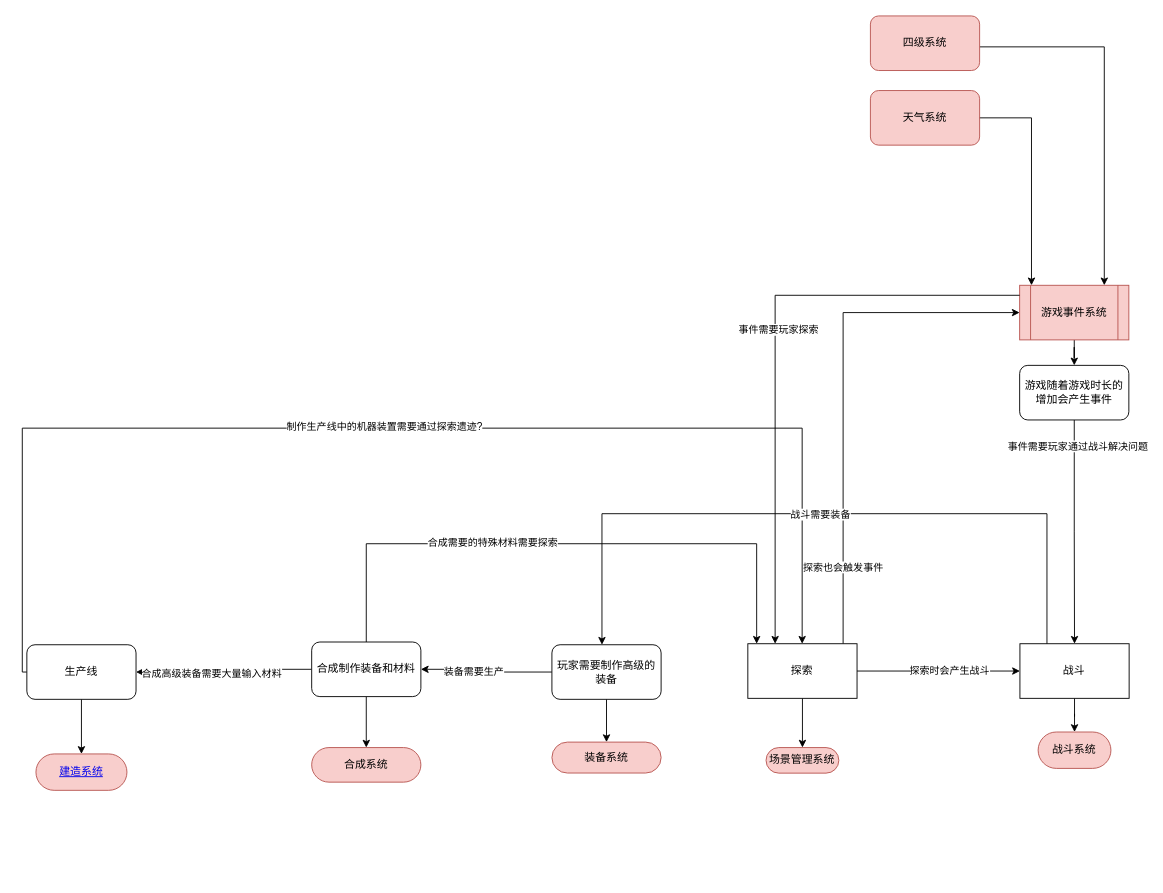
This is page "系统循环架构总览" (1 of 7) of 开发文档文件夹/游戏系统总览.drawio from XDIOEZ/TerraFlat, a draw.io file, before an edit. Source tidied: cells renumbered, new cells numbered last; positions are measured from the earlier drawing's top-left corner, leaving out a move shared by most shapes. Both pictures are drawn from the tidied source at 91%, with x=0, y=0 at pixel (22, 15).
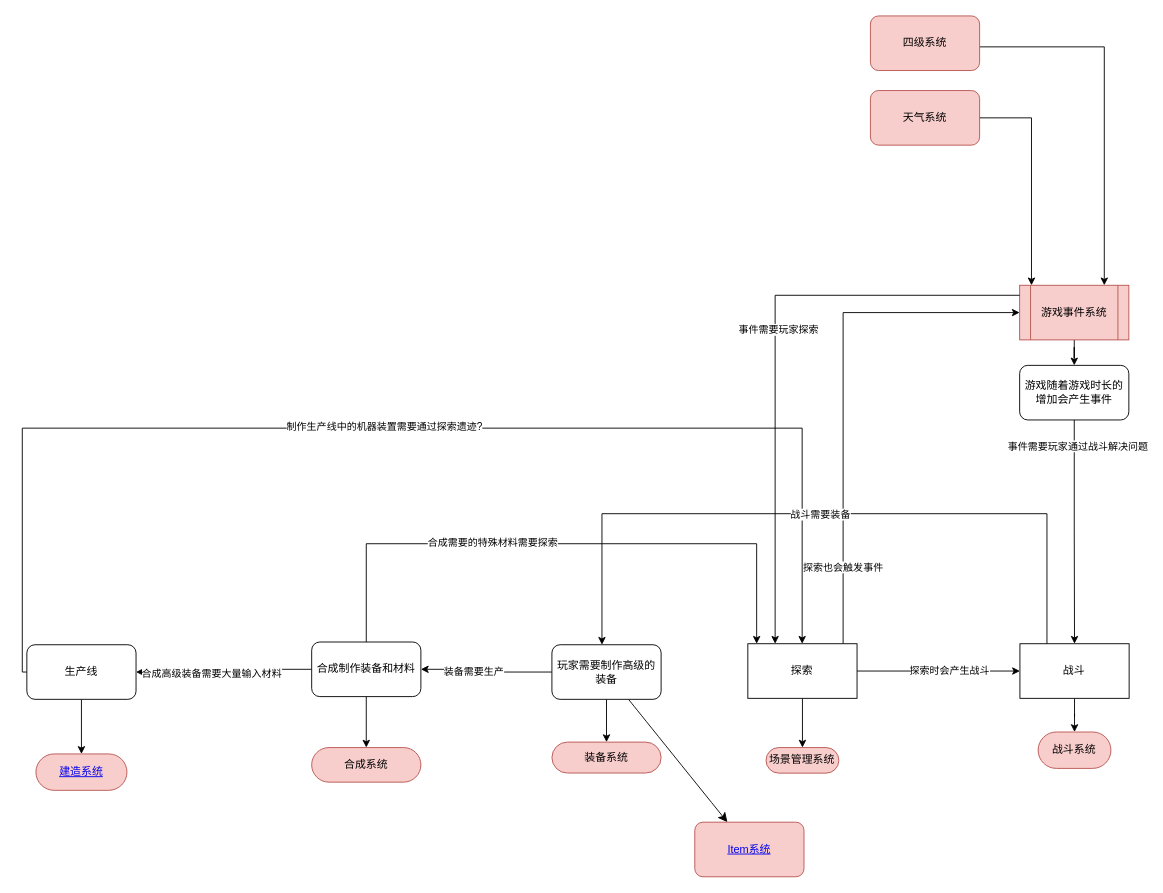
The same diagram, later.

Unchanged cells that the change refers to:
```xml
<mxCell id="12" value="玩家需要制作高级的装备" style="rounded=1;whiteSpace=wrap;html=1;" parent="1" vertex="1">
  <mxGeometry x="582" y="691" width="120" height="60" as="geometry" />
</mxCell>
```

Diff of the diagram source:
```diff
@@
+    <mxCell id="44" style="edgeStyle=none;curved=1;rounded=0;jettySize=auto;html=1;fontSize=12;startSize=8;endSize=8;" parent="1" edge="1" source="12" target="45">
+      <mxGeometry relative="1" as="geometry" />
+    </mxCell>
@@
+    <mxCell id="45" value="&lt;a href=&quot;data:page/id,b-nYo9M50C3D8bHxrTHw&quot;&gt;Item系统&lt;/a&gt;" style="rounded=1;whiteSpace=wrap;html=1;fillColor=#f8cecc;strokeColor=#b85450;" parent="1" vertex="1">
+      <mxGeometry x="739" y="886" width="120" height="60" as="geometry" />
+    </mxCell>
```
